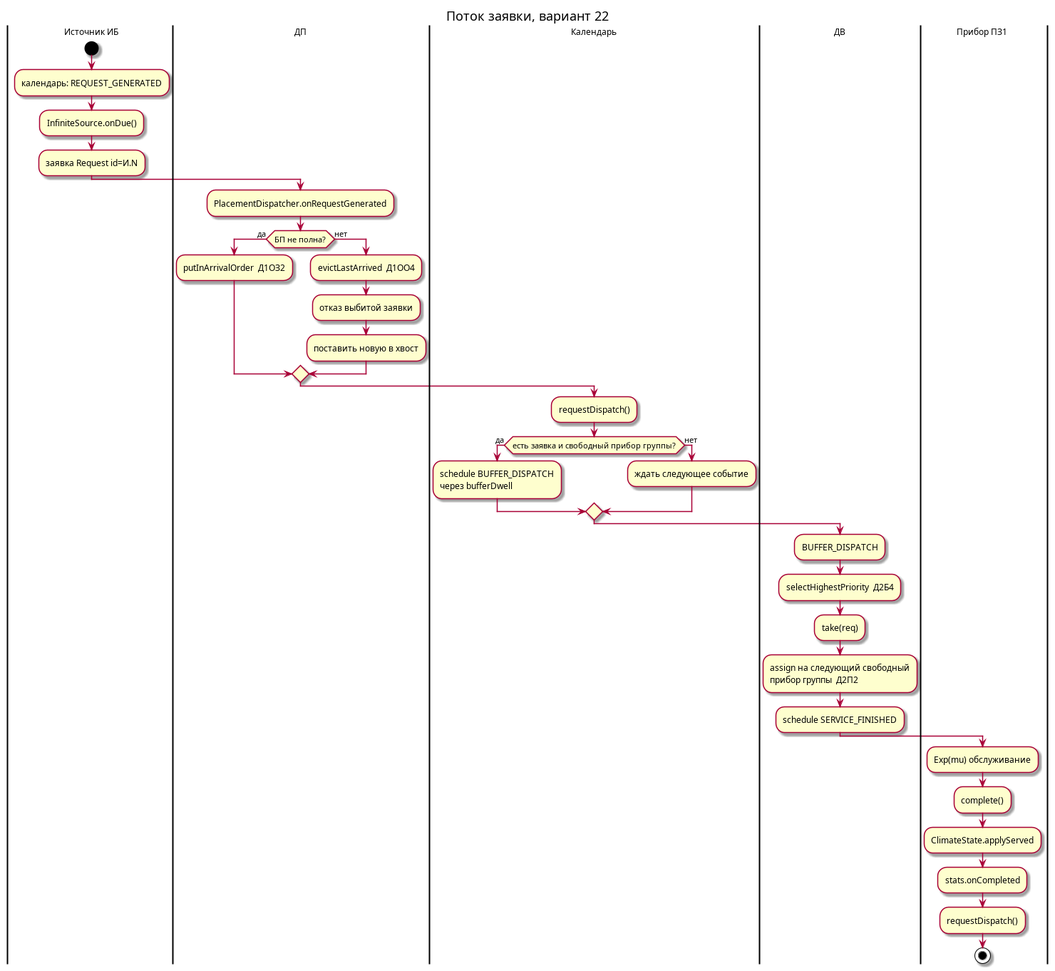
Aapng-cmd/greenhouse keeps this PlantUML diagram as docs/diagrams/flowchart.png. Above is the earlier version. Its source is kept beside it as docs/diagrams/flowchart.puml. The source it was exported from:
```plantuml
@startuml flowchart
title Поток заявки, вариант 22
skinparam swimlaneTitleFontSize 12

|Источник ИБ|
start
:календарь: REQUEST_GENERATED;
:InfiniteSource.onDue();
:заявка Request id=И.N;

|ДП|
:PlacementDispatcher.onRequestGenerated;
if (БП не полна?) then (да)
  :putInArrivalOrder  Д1ОЗ2;
else (нет)
  :evictLastArrived  Д1ОО4;
  :отказ выбитой заявки;
  :поставить новую в хвост;
endif

|Календарь|
:requestDispatch();
if (есть заявка и свободный прибор группы?) then (да)
  :schedule BUFFER_DISPATCH\nчерез bufferDwell;
else (нет)
  :ждать следующее событие;
endif

|ДВ|
:BUFFER_DISPATCH;
:selectHighestPriority  Д2Б4;
:take(req);
:assign на следующий свободный\nприбор группы  Д2П2;
:schedule SERVICE_FINISHED;

|Прибор ПЗ1|
:Exp(mu) обслуживание;
:complete();
:ClimateState.applyServed;
:stats.onCompleted;
:requestDispatch();
stop
@enduml
```
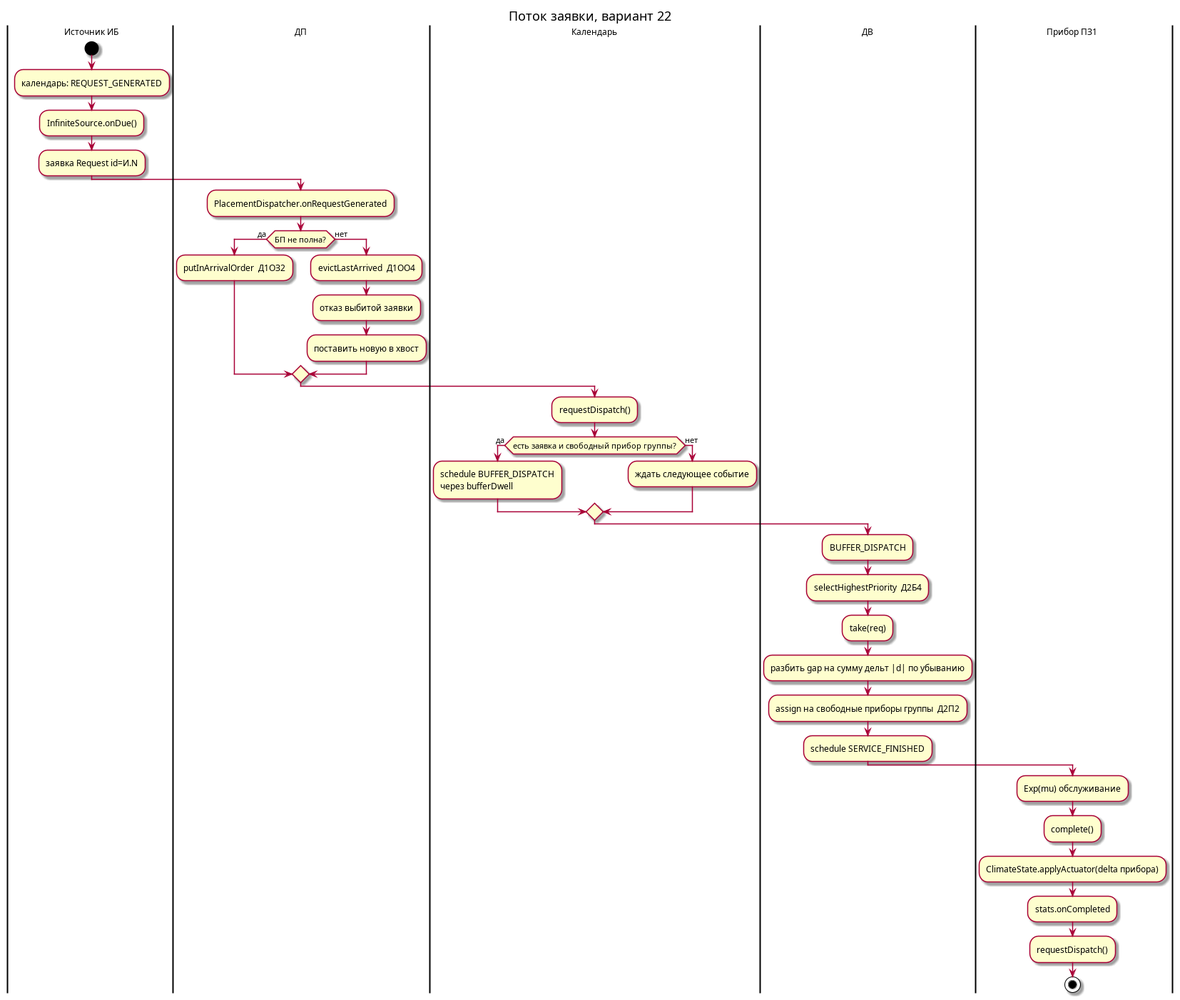
The same file after the commit.

Diff of the diagram source:
```diff
@@ -30,13 +30,14 @@
 :BUFFER_DISPATCH;
 :selectHighestPriority  Д2Б4;
 :take(req);
-:assign на следующий свободный\nприбор группы  Д2П2;
+:разбить gap на сумму дельт |d| по убыванию;
+:assign на свободные приборы группы  Д2П2;
 :schedule SERVICE_FINISHED;
 
 |Прибор ПЗ1|
 :Exp(mu) обслуживание;
 :complete();
-:ClimateState.applyServed;
+:ClimateState.applyActuator(delta прибора);
 :stats.onCompleted;
 :requestDispatch();
 stop
```
